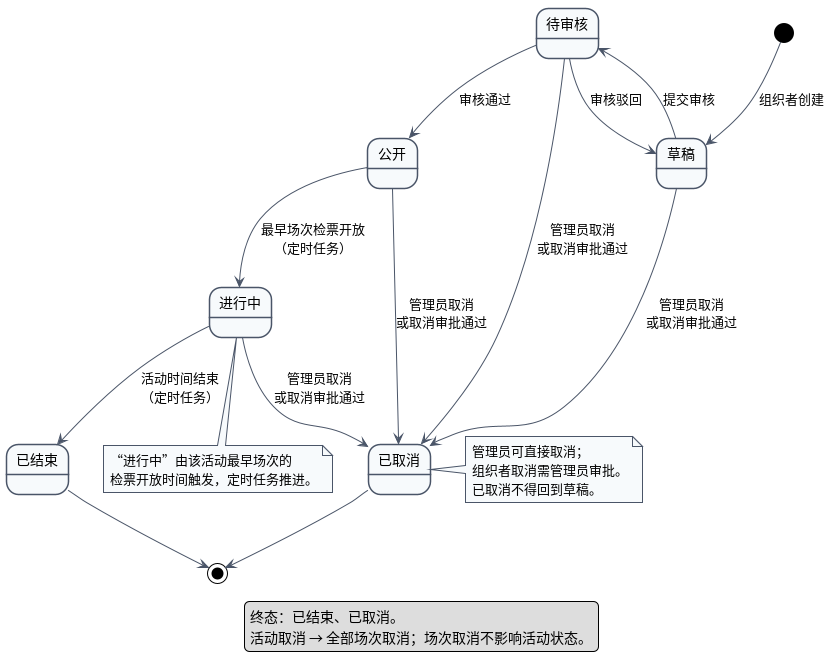
Before: lab2/UML/UML状态图_活动.png, a diagram exported from PlantUML (Lewis-44-China/se-lab1-requirements).
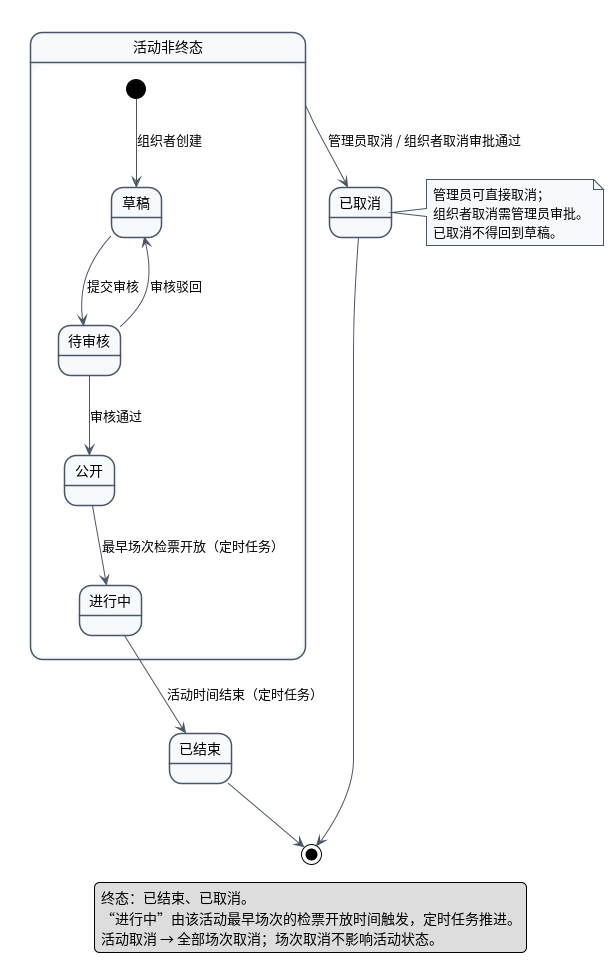
After the commit.

Commit message:
lab2: 简化状态图布局

What changed in the source:
```diff
@@ -7,24 +7,24 @@
 skinparam noteBackgroundColor #F7FAFC
 skinparam noteBorderColor #4A5568
 
-state "草稿" as DRAFT
-state "待审核" as PENDING
-state "公开" as PUBLISHED
-state "进行中" as ONGOING
 state "已结束" as ENDED
 state "已取消" as CANCELLED
 
-[*] --> DRAFT : 组织者创建
-DRAFT --> PENDING : 提交审核
-PENDING --> PUBLISHED : 审核通过
-PENDING --> DRAFT : 审核驳回
-PUBLISHED --> ONGOING : 最早场次检票开放\n（定时任务）
-ONGOING --> ENDED : 活动时间结束\n（定时任务）
+state "活动非终态" as ACTIVE {
+  state "草稿" as DRAFT
+  state "待审核" as PENDING
+  state "公开" as PUBLISHED
+  state "进行中" as ONGOING
 
-DRAFT --> CANCELLED : 管理员取消\n或取消审批通过
-PENDING --> CANCELLED : 管理员取消\n或取消审批通过
-PUBLISHED --> CANCELLED : 管理员取消\n或取消审批通过
-ONGOING --> CANCELLED : 管理员取消\n或取消审批通过
+  [*] --> DRAFT : 组织者创建
+  DRAFT --> PENDING : 提交审核
+  PENDING --> PUBLISHED : 审核通过
+  PENDING --> DRAFT : 审核驳回
+  PUBLISHED --> ONGOING : 最早场次检票开放（定时任务）
+}
+
+ACTIVE --> CANCELLED : 管理员取消 / 组织者取消审批通过
+ONGOING --> ENDED : 活动时间结束（定时任务）
 
 ENDED --> [*]
 CANCELLED --> [*]
@@ -35,13 +35,9 @@
   已取消不得回到草稿。
 end note
 
-note bottom of ONGOING
-  “进行中”由该活动最早场次的
-  检票开放时间触发，定时任务推进。
-end note
-
 legend bottom
   终态：已结束、已取消。
+  “进行中”由该活动最早场次的检票开放时间触发，定时任务推进。
   活动取消 → 全部场次取消；场次取消不影响活动状态。
 endlegend
 @enduml
```
